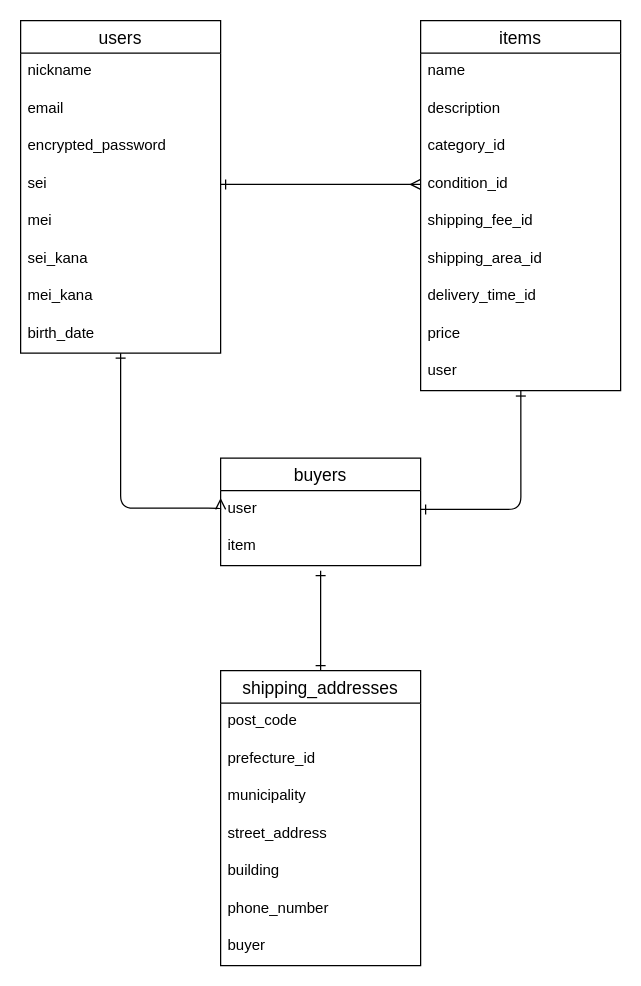
Hiro-yoshi/furima-40397 keeps this draw.io diagram as furima-40397.dio. Above is the earlier version. Source tidied: cells renumbered, new cells numbered last; positions are measured from the earlier drawing's top-left corner, leaving out a move shared by most shapes. Both pictures are drawn from the tidied source at 125%, with x=0, y=0 at pixel (20, 20).
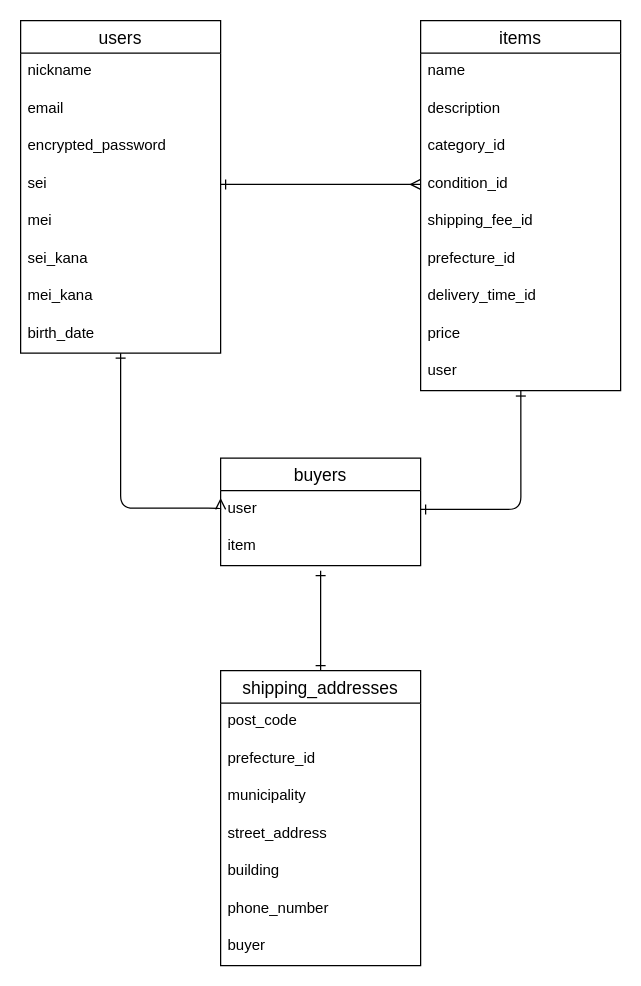
Above is the later version.

Commit message (it also covers changes not shown here):
データベース設計_修正3

Unchanged cells that the change refers to:
```xml
<mxCell id="11" value="items" style="swimlane;fontStyle=0;horizontal=1;startSize=26;align=center;fontSize=14;" parent="1" vertex="1">
  <mxGeometry x="320" width="160" height="296" as="geometry" />
</mxCell>
```

Diff of the diagram source:
```diff
@@
-    <mxCell id="17" value="shipping_area_id" style="text;strokeColor=none;fillColor=none;spacingLeft=4;spacingRight=4;overflow=hidden;fontSize=12;" parent="11" vertex="1">
+    <mxCell id="17" value="prefecture_id" style="text;strokeColor=none;fillColor=none;spacingLeft=4;spacingRight=4;overflow=hidden;fontSize=12;" parent="11" vertex="1">
       <mxGeometry y="176" width="160" height="30" as="geometry" />
     </mxCell>
```
